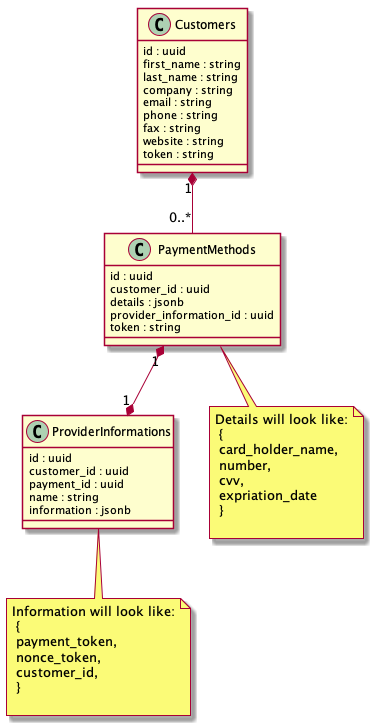
Before: documents/database.png, a diagram exported from PlantUML (emfigo/primer). Its diagram source:
```plantuml
@startuml
class Customers {
  id : uuid
  first_name : string
  last_name : string
  company : string
  email : string
  phone : string
  fax : string
  website : string
  token : string
}

class PaymentMethods {
  id : uuid
  customer_id : uuid
  details : jsonb
  provider_information_id : uuid
  token : string
}

class ProviderInformations {
  id : uuid
  customer_id : uuid
  payment_id : uuid
  name : string
  information : jsonb
}

note "Details will look like:\n {\n card_holder_name,\n number,\n cvv,\n expriation_date\n }\n" as details
note "Information will look like:\n {\n payment_token,\n nonce_token,\n customer_id,\n }\n" as information

Customers "1" *-- "0..*" PaymentMethods
PaymentMethods .. details
PaymentMethods "1" *--* "1" ProviderInformations
ProviderInformations .. information

@enduml
```
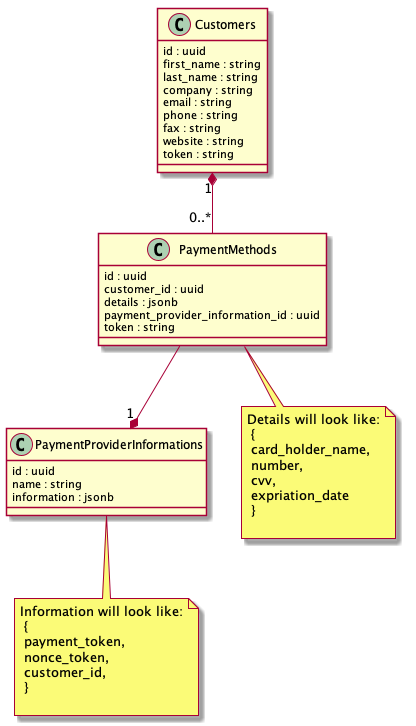
After the change.

Commit message:
🧾 Update data diagrams documentation

Change to the diagram source:
```diff
@@ -15,14 +15,12 @@
   id : uuid
   customer_id : uuid
   details : jsonb
-  provider_information_id : uuid
+  payment_provider_information_id : uuid
   token : string
 }
 
-class ProviderInformations {
+class PaymentProviderInformations {
   id : uuid
-  customer_id : uuid
-  payment_id : uuid
   name : string
   information : jsonb
 }
@@ -32,7 +30,7 @@
 
 Customers "1" *-- "0..*" PaymentMethods
 PaymentMethods .. details
-PaymentMethods "1" *--* "1" ProviderInformations
-ProviderInformations .. information
+PaymentMethods --* "1" PaymentProviderInformations
+PaymentProviderInformations .. information
 
 @enduml
```
